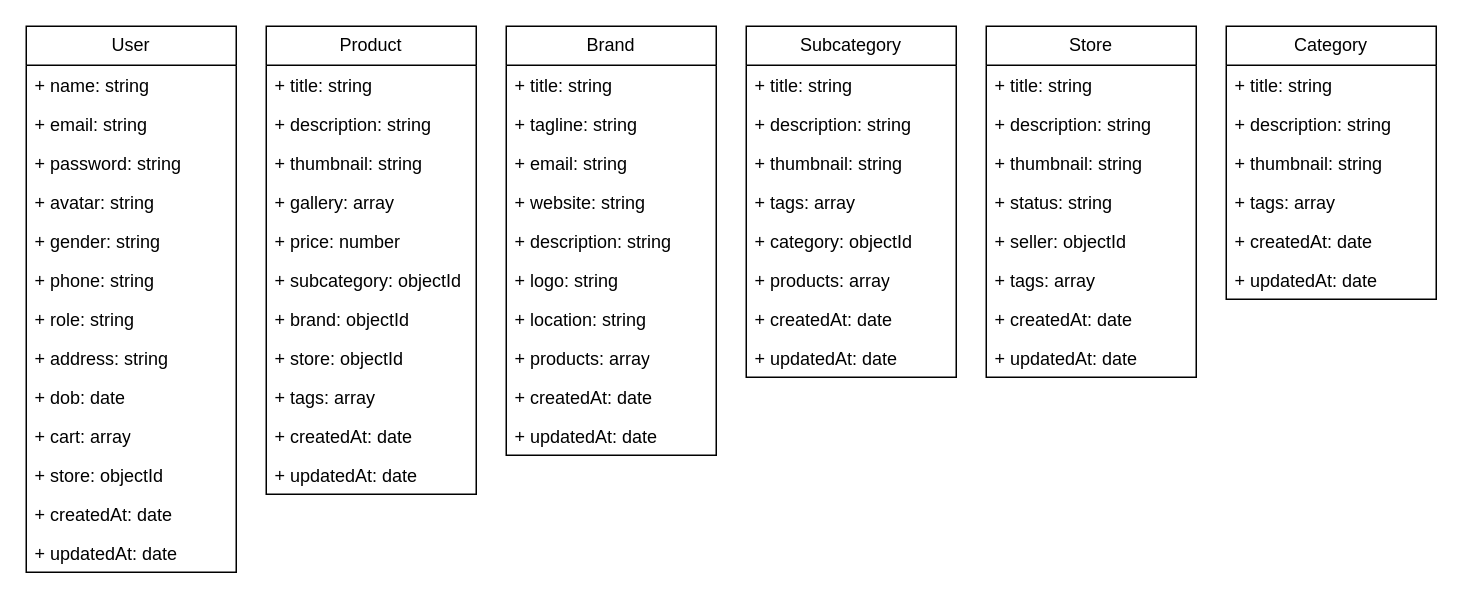
Earlier version of the draw.io diagram page "ER Diagram" (1 of 2) of assets/SDLC.drawio (tiffan-source/ciseco-ecommerce-clone). Source tidied: cells renumbered, new cells numbered last; positions are measured from the earlier drawing's top-left corner, leaving out a move shared by most shapes. Both pictures are drawn from the tidied source at 150%, with x=0, y=0 at pixel (26, 26).
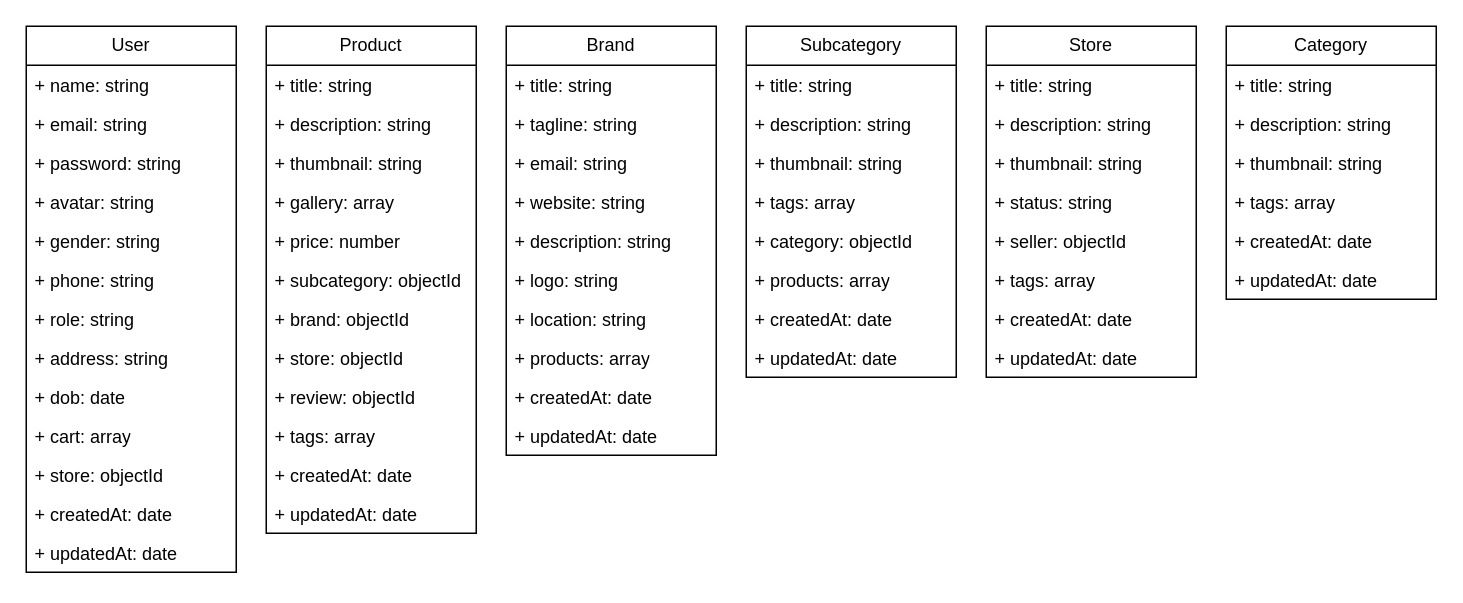
Above is the later version.

Commit message (it also covers changes not shown here):
slotify review in product segment

Change to the diagram source:
```diff
@@
     <mxCell id="32" value="Product" style="swimlane;fontStyle=0;horizontal=1;startSize=26;fillColor=none;whiteSpace=wrap;html=1;rounded=0;arcSize=26;" parent="1" vertex="1">
-      <mxGeometry x="160" width="140" height="312" as="geometry" />
+      <mxGeometry x="160" width="140" height="338" as="geometry" />
     </mxCell>
@@
+    <mxCell id="64" value="+ review: objectId" style="text;strokeColor=none;fillColor=none;align=left;verticalAlign=top;spacingLeft=4;spacingRight=4;overflow=hidden;whiteSpace=wrap;html=1;rounded=0;" parent="32" vertex="1">
+      <mxGeometry y="234" width="140" height="26" as="geometry" />
+    </mxCell>
     <mxCell id="41" value="+ tags: array" style="text;strokeColor=none;fillColor=none;align=left;verticalAlign=top;spacingLeft=4;spacingRight=4;overflow=hidden;whiteSpace=wrap;html=1;rounded=0;" parent="32" vertex="1">
-      <mxGeometry y="234" width="140" height="26" as="geometry" />
+      <mxGeometry y="260" width="140" height="26" as="geometry" />
     </mxCell>
     <mxCell id="42" value="+ createdAt: date" style="text;strokeColor=none;fillColor=none;align=left;verticalAlign=top;spacingLeft=4;spacingRight=4;overflow=hidden;whiteSpace=wrap;html=1;rounded=0;" parent="32" vertex="1">
-      <mxGeometry y="260" width="140" height="26" as="geometry" />
+      <mxGeometry y="286" width="140" height="26" as="geometry" />
     </mxCell>
     <mxCell id="43" value="+ updatedAt: date" style="text;strokeColor=none;fillColor=none;align=left;verticalAlign=top;spacingLeft=4;spacingRight=4;overflow=hidden;whiteSpace=wrap;html=1;rounded=0;" parent="32" vertex="1">
-      <mxGeometry y="286" width="140" height="26" as="geometry" />
+      <mxGeometry y="312" width="140" height="26" as="geometry" />
     </mxCell>
```
